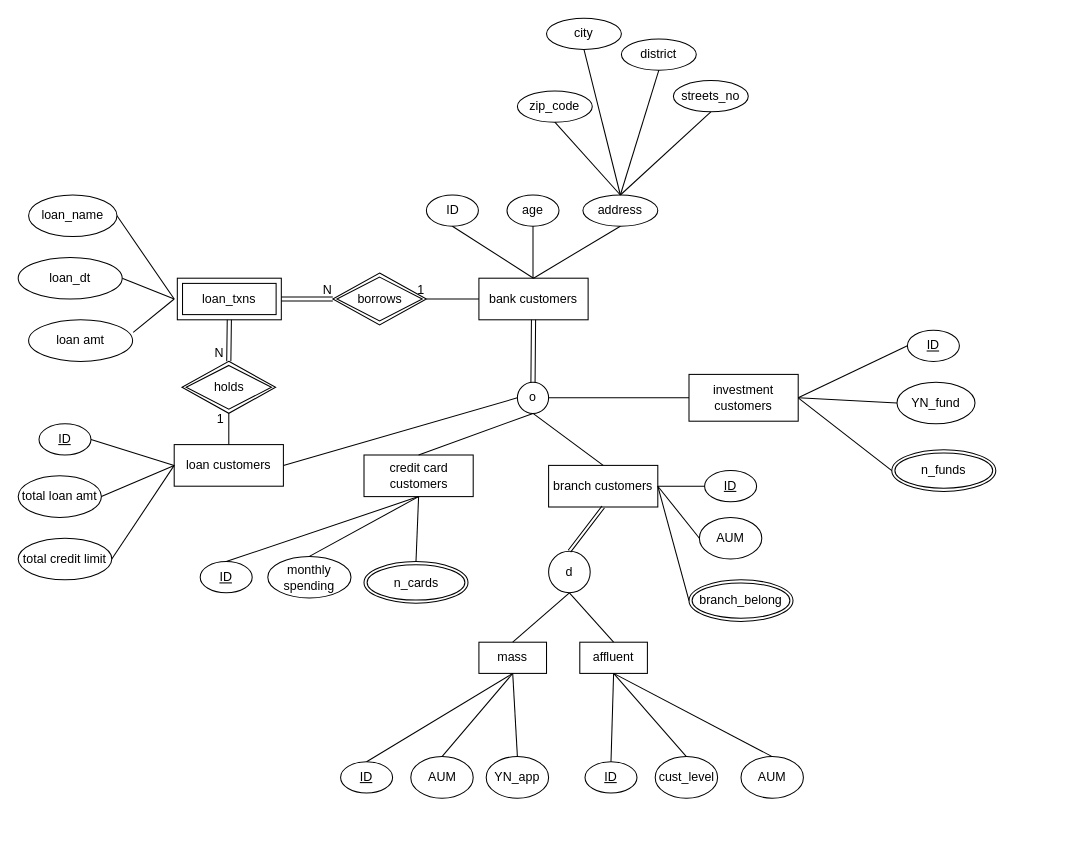
Above: Homeworks/hw1.drawio in qqaazz800624/2023_Database_Systems_SQLtoNoSQL (draw.io), before the change. Source tidied: cells renumbered, new cells numbered last; positions are measured from the earlier drawing's top-left corner, leaving out a move shared by most shapes. Both pictures are drawn from the tidied source at 104%, with x=0, y=0 at pixel (18, 18).
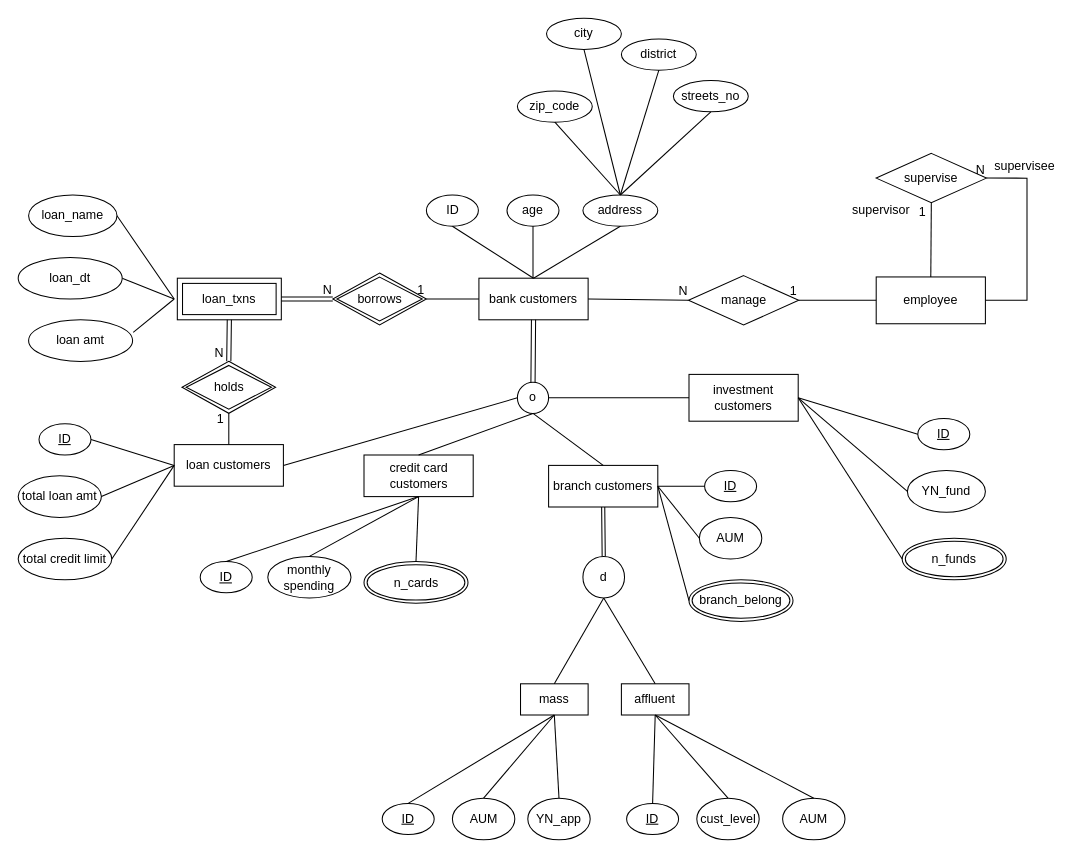
The same diagram, later.

Unchanged cells that the change refers to:
```xml
<mxCell id="2" value="bank customers" style="rounded=0;whiteSpace=wrap;html=1;" parent="1" vertex="1">
  <mxGeometry x="443" y="250" width="105" height="40" as="geometry" />
</mxCell>
```

What changed in the source:
```diff
@@
     <mxCell id="18" value="d" style="ellipse;whiteSpace=wrap;html=1;" parent="1" vertex="1">
-      <mxGeometry x="510" y="512.5" width="40" height="40" as="geometry" />
+      <mxGeometry x="543" y="517.5" width="40" height="40" as="geometry" />
     </mxCell>
     <mxCell id="19" value="mass" style="rounded=0;whiteSpace=wrap;html=1;" parent="1" vertex="1">
-      <mxGeometry x="443" y="600" width="65" height="30" as="geometry" />
+      <mxGeometry x="483" y="640" width="65" height="30" as="geometry" />
     </mxCell>
     <mxCell id="20" value="affluent" style="rounded=0;whiteSpace=wrap;html=1;" parent="1" vertex="1">
-      <mxGeometry x="540" y="600" width="65" height="30" as="geometry" />
+      <mxGeometry x="580" y="640" width="65" height="30" as="geometry" />
     </mxCell>
@@
     <mxCell id="57" value="&lt;u&gt;ID&lt;/u&gt;" style="ellipse;whiteSpace=wrap;html=1;" parent="1" vertex="1">
-      <mxGeometry x="310" y="715" width="50" height="30" as="geometry" />
+      <mxGeometry x="350" y="755" width="50" height="30" as="geometry" />
     </mxCell>
     <mxCell id="58" value="AUM" style="ellipse;whiteSpace=wrap;html=1;" parent="1" vertex="1">
-      <mxGeometry x="377.5" y="710" width="60" height="40" as="geometry" />
+      <mxGeometry x="417.5" y="750" width="60" height="40" as="geometry" />
     </mxCell>
     <mxCell id="59" value="YN_app" style="ellipse;whiteSpace=wrap;html=1;" parent="1" vertex="1">
-      <mxGeometry x="450" y="710" width="60" height="40" as="geometry" />
+      <mxGeometry x="490" y="750" width="60" height="40" as="geometry" />
     </mxCell>
@@
     <mxCell id="63" value="&lt;u&gt;ID&lt;/u&gt;" style="ellipse;whiteSpace=wrap;html=1;" parent="1" vertex="1">
-      <mxGeometry x="545" y="715" width="50" height="30" as="geometry" />
+      <mxGeometry x="585" y="755" width="50" height="30" as="geometry" />
     </mxCell>
     <mxCell id="64" value="cust_level" style="ellipse;whiteSpace=wrap;html=1;" parent="1" vertex="1">
-      <mxGeometry x="612.5" y="710" width="60" height="40" as="geometry" />
+      <mxGeometry x="652.5" y="750" width="60" height="40" as="geometry" />
     </mxCell>
     <mxCell id="65" value="AUM" style="ellipse;whiteSpace=wrap;html=1;" parent="1" vertex="1">
-      <mxGeometry x="695" y="710" width="60" height="40" as="geometry" />
+      <mxGeometry x="735" y="750" width="60" height="40" as="geometry" />
     </mxCell>
@@
     <mxCell id="69" value="&lt;u&gt;ID&lt;/u&gt;" style="ellipse;whiteSpace=wrap;html=1;" parent="1" vertex="1">
-      <mxGeometry x="855" y="300" width="50" height="30" as="geometry" />
+      <mxGeometry x="865" y="385" width="50" height="30" as="geometry" />
     </mxCell>
     <mxCell id="70" value="YN_fund" style="ellipse;whiteSpace=wrap;html=1;" parent="1" vertex="1">
-      <mxGeometry x="845" y="350" width="75" height="40" as="geometry" />
+      <mxGeometry x="855" y="435" width="75" height="40" as="geometry" />
     </mxCell>
     <mxCell id="71" value="n_funds" style="ellipse;shape=doubleEllipse;margin=3;whiteSpace=wrap;html=1;align=center;" parent="1" vertex="1">
-      <mxGeometry x="840" y="415" width="100" height="40" as="geometry" />
+      <mxGeometry x="850" y="500" width="100" height="40" as="geometry" />
     </mxCell>
@@
+    <mxCell id="87" value="employee" style="rounded=0;whiteSpace=wrap;html=1;" parent="1" vertex="1">
+      <mxGeometry x="825" y="248.8" width="105" height="45" as="geometry" />
+    </mxCell>
+    <mxCell id="88" value="manage" style="shape=rhombus;perimeter=rhombusPerimeter;whiteSpace=wrap;html=1;align=center;" parent="1" vertex="1">
+      <mxGeometry x="644.5" y="247.5" width="106" height="47.5" as="geometry" />
+    </mxCell>
+    <mxCell id="89" style="endArrow=none;html=1;rounded=0;exitX=1;exitY=0.5;exitDx=0;exitDy=0;entryX=0;entryY=0.5;entryDx=0;entryDy=0;" parent="1" edge="1" source="2" target="88">
+      <mxGeometry relative="1" as="geometry" />
+    </mxCell>
+    <mxCell id="90" value="N" style="html=1;whiteSpace=wrap;align=right;verticalAlign=bottom;" parent="89" vertex="1">
+      <mxGeometry x="1" relative="1" as="geometry" />
+    </mxCell>
+    <mxCell id="91" style="endArrow=none;html=1;rounded=0;exitX=0;exitY=0.5;exitDx=0;exitDy=0;entryX=1;entryY=0.5;entryDx=0;entryDy=0;" parent="1" edge="1" source="87" target="88">
+      <mxGeometry relative="1" as="geometry" />
+    </mxCell>
+    <mxCell id="92" value="1" style="html=1;whiteSpace=wrap;align=right;verticalAlign=bottom;" parent="91" vertex="1">
+      <mxGeometry x="1" relative="1" as="geometry" />
+    </mxCell>
+    <mxCell id="93" value="supervise" style="shape=rhombus;perimeter=rhombusPerimeter;whiteSpace=wrap;html=1;align=center;" parent="1" vertex="1">
+      <mxGeometry x="825" y="130" width="106" height="47.5" as="geometry" />
+    </mxCell>
+    <mxCell id="94" style="endArrow=none;html=1;rounded=0;entryX=0.5;entryY=1;entryDx=0;entryDy=0;exitX=0.5;exitY=0;exitDx=0;exitDy=0;" parent="1" edge="1" source="87" target="93">
+      <mxGeometry relative="1" as="geometry" />
+    </mxCell>
+    <mxCell id="95" value="1" style="html=1;whiteSpace=wrap;align=right;verticalAlign=bottom;" parent="94" vertex="1">
+      <mxGeometry x="1" relative="1" as="geometry">
+        <mxPoint x="-4" y="17" as="offset" />
+      </mxGeometry>
+    </mxCell>
+    <mxCell id="96" style="endArrow=none;html=1;rounded=0;entryX=1;entryY=0.5;entryDx=0;entryDy=0;exitX=1;exitY=0.5;exitDx=0;exitDy=0;edgeStyle=orthogonalEdgeStyle;" parent="1" edge="1" source="87" target="93">
+      <mxGeometry relative="1" as="geometry">
+        <Array as="points">
+          <mxPoint x="970" y="271" />
+          <mxPoint x="970" y="154" />
+        </Array>
+      </mxGeometry>
+    </mxCell>
+    <mxCell id="97" value="N" style="html=1;whiteSpace=wrap;align=right;verticalAlign=bottom;" parent="96" vertex="1">
+      <mxGeometry x="1" relative="1" as="geometry" />
+    </mxCell>
+    <mxCell id="98" value="supervisor" style="text;strokeColor=none;fillColor=none;align=center;verticalAlign=middle;spacingLeft=4;spacingRight=4;overflow=hidden;whiteSpace=wrap;html=1;" parent="1" vertex="1">
+      <mxGeometry x="790" y="170" width="80" height="30" as="geometry" />
+    </mxCell>
+    <mxCell id="99" value="supervisee" style="text;strokeColor=none;fillColor=none;align=center;verticalAlign=middle;spacingLeft=4;spacingRight=4;overflow=hidden;whiteSpace=wrap;html=1;" parent="1" vertex="1">
+      <mxGeometry x="928" y="127" width="80" height="30" as="geometry" />
+    </mxCell>
```
